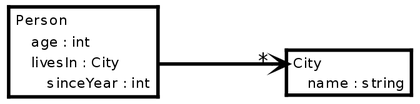
This is question.9251556.problems-with-designing-uml-like-diagrams-in-graphviz/uml-like-graph-using-html-shapes.dot.png from potherca-blog/StackOverflow, a Graphviz export, as it was before one commit. Its source is kept beside it as question.9251556.problems-with-designing-uml-like-diagrams-in-graphviz/uml-like-graph-using-html-shapes.dot.
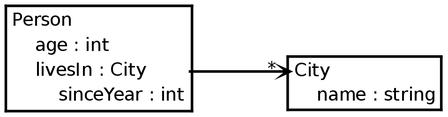
After the change.

Commit message:
Minor improvement for question.9251556.problems-with-designing-uml-like-diagrams-in-graphviz

Diff of the diagram source:
```diff
@@ -2,15 +2,12 @@
 
     graph [
         dpi = 200
-        fontname = "Bitstream Vera Sans"
-        fontsize = 8
         rankdir = "LR"
         ranksep = 1        // Add a bit more space inbetween nodes
     ]
 
     node [
         fontname = "Bitstream Vera Sans"
-        fontsize = 8
         height = 0          // Make the node as small as possible (it will grow if it needs more space)
         margin = 0          // Remove unneeded whitespace
         shape = "plaintext" // Make sure our HTML is not placed inside a node
@@ -18,9 +15,7 @@
 
     edge [
         arrowhead = "open"
-        fontname = "Bitstream Vera Sans"
         labelangle = -5     // Place the asteriks closer to the line
-        labelfontsize = 12  // Make the asteriks a bit bigger
         labeldistance = 1.5 // Place the asteriks further away from the arrow head
         penwidth = 2        // Make the line a bit thicker
     ]
@@ -28,7 +23,7 @@
 
     Person [
         label = <
-            <table CELLBORDER="0" CELLSPACING="0" BORDER="2">
+            <table CELLBORDER="0" CELLSPACING="1" BORDER="2">
                 <tr><td align="left">Person</td></tr>
                 <tr><td align="left">    age : int</td></tr>
                 <tr><td align="left" port="livesIn">    livesIn : City</td></tr>
@@ -39,7 +34,7 @@
 
     City [
         label = <
-            <table CELLBORDER="0" CELLSPACING="0" BORDER="2">
+            <table CELLBORDER="0" CELLSPACING="1" BORDER="2">
                 <tr><td align="left" port="city">City</td></tr>
                 <tr><td align="left" cellpadding="1">    name : string</td></tr>
             </table>
```
